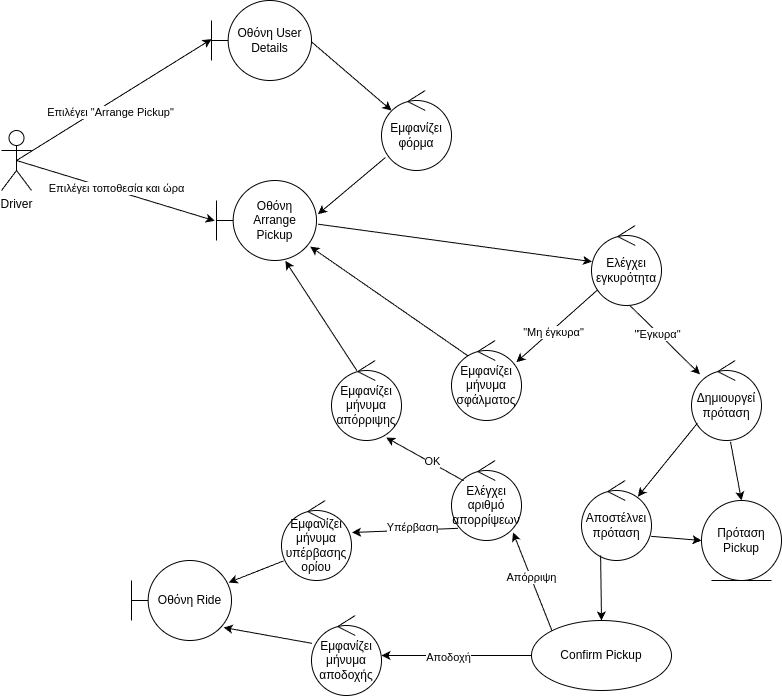
Above: reports/use-cases/arrange-pickup-robustness.drawio.png in YannisRavasopoulos/ProjectSD_S6 (draw.io), before the change. Source tidied: cells renumbered, new cells last; positions are measured from the earlier drawing's top-left corner, leaving out a move shared by most shapes. The source it was exported from:
```xml
<mxGraphModel background="#ffffff">
  <root>
    <mxCell id="0" />
    <mxCell id="1" parent="0" />
    <mxCell id="2" value="Driver" style="shape=umlActor;verticalLabelPosition=bottom;verticalAlign=top;html=1;" parent="1" vertex="1">
      <mxGeometry y="130" width="30" height="60" as="geometry" />
    </mxCell>
    <mxCell id="3" value="Οθόνη User Details" style="shape=umlBoundary;whiteSpace=wrap;html=1;" parent="1" vertex="1">
      <mxGeometry x="210" width="100" height="80" as="geometry" />
    </mxCell>
    <mxCell id="4" style="endArrow=classic;html=1;exitX=0.5;exitY=0.5;exitDx=0;exitDy=0;exitPerimeter=0;entryX=0.001;entryY=0.483;entryDx=0;entryDy=0;entryPerimeter=0;" parent="1" edge="1" source="2" target="3">
      <mxGeometry relative="1" as="geometry" />
    </mxCell>
    <mxCell id="5" value="Επιλέγει &quot;Arrange Pickup&quot;" style="edgeLabel;html=1;align=center;verticalAlign=middle;" parent="4" vertex="1">
      <mxGeometry x="-0.19" y="3" relative="1" as="geometry">
        <mxPoint x="16" y="4" as="offset" />
      </mxGeometry>
    </mxCell>
    <mxCell id="6" value="Εμφανίζει φόρμα" style="ellipse;shape=umlControl;whiteSpace=wrap;html=1;" parent="1" vertex="1">
      <mxGeometry x="380" y="90" width="70" height="80" as="geometry" />
    </mxCell>
    <mxCell id="7" value="Οθόνη Arrange Pickup" style="shape=umlBoundary;whiteSpace=wrap;html=1;" parent="1" vertex="1">
      <mxGeometry x="215" y="180" width="100" height="80" as="geometry" />
    </mxCell>
    <mxCell id="8" style="endArrow=classic;html=1;exitX=0.998;exitY=0.515;exitDx=0;exitDy=0;exitPerimeter=0;entryX=0.143;entryY=0.25;entryDx=0;entryDy=0;entryPerimeter=0;" parent="1" edge="1" source="3" target="6">
      <mxGeometry relative="1" as="geometry" />
    </mxCell>
    <mxCell id="9" style="endArrow=classic;html=1;exitX=0.055;exitY=0.838;exitDx=0;exitDy=0;exitPerimeter=0;entryX=1.015;entryY=0.421;entryDx=0;entryDy=0;entryPerimeter=0;" parent="1" edge="1" source="6" target="7">
      <mxGeometry relative="1" as="geometry" />
    </mxCell>
    <mxCell id="10" style="endArrow=classic;html=1;exitX=0.5;exitY=0.5;exitDx=0;exitDy=0;exitPerimeter=0;entryX=-0.018;entryY=0.504;entryDx=0;entryDy=0;entryPerimeter=0;" parent="1" edge="1" source="2" target="7">
      <mxGeometry relative="1" as="geometry" />
    </mxCell>
    <mxCell id="11" value="Επιλέγει τοποθεσία και ώρα" style="edgeLabel;html=1;align=center;verticalAlign=middle;" parent="10" vertex="1">
      <mxGeometry x="-0.01" y="3" relative="1" as="geometry" />
    </mxCell>
    <mxCell id="12" value="Ελέγχει εγκυρότητα" style="ellipse;shape=umlControl;whiteSpace=wrap;html=1;" parent="1" vertex="1">
      <mxGeometry x="590" y="225" width="70" height="80" as="geometry" />
    </mxCell>
    <mxCell id="13" style="endArrow=classic;html=1;exitX=1.015;exitY=0.546;exitDx=0;exitDy=0;exitPerimeter=0;entryX=0.007;entryY=0.452;entryDx=0;entryDy=0;entryPerimeter=0;" parent="1" edge="1" source="7" target="12">
      <mxGeometry relative="1" as="geometry" />
    </mxCell>
    <mxCell id="14" value="Δημιουργεί πρόταση" style="ellipse;shape=umlControl;whiteSpace=wrap;html=1;" parent="1" vertex="1">
      <mxGeometry x="690" y="360" width="70" height="80" as="geometry" />
    </mxCell>
    <mxCell id="15" style="endArrow=classic;html=1;exitX=0.552;exitY=1.003;exitDx=0;exitDy=0;exitPerimeter=0;" parent="1" edge="1" source="12" target="14">
      <mxGeometry relative="1" as="geometry" />
    </mxCell>
    <mxCell id="16" value="&quot;Έγκυρα&quot;" style="edgeLabel;html=1;align=center;verticalAlign=middle;" parent="15" vertex="1">
      <mxGeometry x="-0.21" y="-1" relative="1" as="geometry" />
    </mxCell>
    <mxCell id="17" value="Εμφανίζει μήνυμα σφάλματος" style="ellipse;shape=umlControl;whiteSpace=wrap;html=1;" parent="1" vertex="1">
      <mxGeometry x="450" y="340" width="70" height="80" as="geometry" />
    </mxCell>
    <mxCell id="18" style="endArrow=classic;html=1;exitX=0.089;exitY=0.803;exitDx=0;exitDy=0;exitPerimeter=0;entryX=0.927;entryY=0.271;entryDx=0;entryDy=0;entryPerimeter=0;" parent="1" edge="1" source="12" target="17">
      <mxGeometry relative="1" as="geometry" />
    </mxCell>
    <mxCell id="19" value="&quot;Μη έγκυρα&quot;" style="edgeLabel;html=1;align=center;verticalAlign=middle;" parent="18" vertex="1">
      <mxGeometry x="0.13" y="2" relative="1" as="geometry" />
    </mxCell>
    <mxCell id="20" style="endArrow=classic;html=1;exitX=0.237;exitY=0.193;exitDx=0;exitDy=0;exitPerimeter=0;entryX=0.938;entryY=0.827;entryDx=0;entryDy=0;entryPerimeter=0;" parent="1" edge="1" source="17" target="7">
      <mxGeometry relative="1" as="geometry" />
    </mxCell>
    <mxCell id="21" value="Πρόταση Pickup" style="ellipse;shape=umlEntity;whiteSpace=wrap;html=1;" parent="1" vertex="1">
      <mxGeometry x="700" y="500" width="80" height="80" as="geometry" />
    </mxCell>
    <mxCell id="22" style="endArrow=classic;html=1;exitX=0.557;exitY=1.016;exitDx=0;exitDy=0;exitPerimeter=0;entryX=0.5;entryY=0;entryDx=0;entryDy=0;" parent="1" edge="1" source="14" target="21">
      <mxGeometry relative="1" as="geometry" />
    </mxCell>
    <mxCell id="23" value="Αποστέλνει πρόταση" style="ellipse;shape=umlControl;whiteSpace=wrap;html=1;" parent="1" vertex="1">
      <mxGeometry x="580" y="480" width="70" height="80" as="geometry" />
    </mxCell>
    <mxCell id="24" style="endArrow=classic;html=1;exitX=0.084;exitY=0.784;exitDx=0;exitDy=0;exitPerimeter=0;entryX=0.805;entryY=0.202;entryDx=0;entryDy=0;entryPerimeter=0;" parent="1" edge="1" source="14" target="23">
      <mxGeometry relative="1" as="geometry" />
    </mxCell>
    <mxCell id="25" value="Confirm Pickup" style="ellipse;whiteSpace=wrap;html=1;" parent="1" vertex="1">
      <mxGeometry x="530" y="620" width="140" height="70" as="geometry" />
    </mxCell>
    <mxCell id="26" style="endArrow=classic;html=1;exitX=0.273;exitY=0.936;exitDx=0;exitDy=0;exitPerimeter=0;" parent="1" edge="1" source="23" target="25">
      <mxGeometry relative="1" as="geometry" />
    </mxCell>
    <mxCell id="27" style="endArrow=classic;html=1;exitX=0.995;exitY=0.698;exitDx=0;exitDy=0;exitPerimeter=0;entryX=0;entryY=0.5;entryDx=0;entryDy=0;" parent="1" edge="1" source="23" target="21">
      <mxGeometry relative="1" as="geometry" />
    </mxCell>
    <mxCell id="28" style="endArrow=classic;html=1;exitX=0;exitY=0.5;exitDx=0;exitDy=0;" parent="1" edge="1" source="25" target="30">
      <mxGeometry relative="1" as="geometry" />
    </mxCell>
    <mxCell id="29" value="Αποδοχή" style="edgeLabel;html=1;align=center;verticalAlign=middle;" parent="28" vertex="1">
      <mxGeometry x="0.1" y="1" relative="1" as="geometry" />
    </mxCell>
    <mxCell id="30" value="Εμφανίζει μήνυμα αποδοχής" style="ellipse;shape=umlControl;whiteSpace=wrap;html=1;" parent="1" vertex="1">
      <mxGeometry x="310" y="615" width="70" height="80" as="geometry" />
    </mxCell>
    <mxCell id="31" style="endArrow=classic;html=1;entryX=0.922;entryY=0.838;entryDx=0;entryDy=0;entryPerimeter=0;exitX=0.007;exitY=0.348;exitDx=0;exitDy=0;exitPerimeter=0;" parent="1" edge="1" source="30" target="32">
      <mxGeometry relative="1" as="geometry" />
    </mxCell>
    <mxCell id="32" value="Οθόνη Ride" style="shape=umlBoundary;whiteSpace=wrap;html=1;" parent="1" vertex="1">
      <mxGeometry x="130" y="560" width="100" height="80" as="geometry" />
    </mxCell>
    <mxCell id="33" value="Εμφανίζει μήνυμα απόρριψης" style="ellipse;shape=umlControl;whiteSpace=wrap;html=1;" parent="1" vertex="1">
      <mxGeometry x="330" y="360" width="70" height="80" as="geometry" />
    </mxCell>
    <mxCell id="34" style="endArrow=classic;html=1;exitX=0.364;exitY=0.129;exitDx=0;exitDy=0;exitPerimeter=0;entryX=0.688;entryY=1.004;entryDx=0;entryDy=0;entryPerimeter=0;" parent="1" edge="1" source="33" target="7">
      <mxGeometry relative="1" as="geometry" />
    </mxCell>
    <mxCell id="35" style="endArrow=classic;html=1;exitX=0;exitY=0;exitDx=0;exitDy=0;entryX=0.879;entryY=0.9;entryDx=0;entryDy=0;entryPerimeter=0;" parent="1" edge="1" source="25" target="37">
      <mxGeometry relative="1" as="geometry" />
    </mxCell>
    <mxCell id="36" value="Απόρριψη" style="edgeLabel;html=1;align=center;verticalAlign=middle;" parent="35" vertex="1">
      <mxGeometry x="0.1" relative="1" as="geometry" />
    </mxCell>
    <mxCell id="37" value="Ελέγχει αριθμό απορρίψεων" style="ellipse;shape=umlControl;whiteSpace=wrap;html=1;" parent="1" vertex="1">
      <mxGeometry x="450" y="460" width="70" height="80" as="geometry" />
    </mxCell>
    <mxCell id="38" style="endArrow=classic;html=1;exitX=0.174;exitY=0.254;exitDx=0;exitDy=0;exitPerimeter=0;entryX=0.781;entryY=0.963;entryDx=0;entryDy=0;entryPerimeter=0;" parent="1" edge="1" source="37" target="33">
      <mxGeometry relative="1" as="geometry" />
    </mxCell>
    <mxCell id="39" value="ΟΚ" style="edgeLabel;html=1;align=center;verticalAlign=middle;" parent="38" vertex="1">
      <mxGeometry x="-0.17" y="-2" relative="1" as="geometry">
        <mxPoint x="-1" as="offset" />
      </mxGeometry>
    </mxCell>
    <mxCell id="40" value="Εμφανίζει μήνυμα υπέρβασης ορίου" style="ellipse;shape=umlControl;whiteSpace=wrap;html=1;" parent="1" vertex="1">
      <mxGeometry x="280" y="500" width="70" height="80" as="geometry" />
    </mxCell>
    <mxCell id="41" style="endArrow=classic;html=1;exitX=0.093;exitY=0.848;exitDx=0;exitDy=0;exitPerimeter=0;entryX=1.007;entryY=0.4;entryDx=0;entryDy=0;entryPerimeter=0;" parent="1" edge="1" source="37" target="40">
      <mxGeometry relative="1" as="geometry" />
    </mxCell>
    <mxCell id="42" value="Υπέρβαση" style="edgeLabel;html=1;align=center;verticalAlign=middle;" parent="41" vertex="1">
      <mxGeometry x="-0.12" y="-3" relative="1" as="geometry" />
    </mxCell>
    <mxCell id="43" style="endArrow=classic;html=1;exitX=0.029;exitY=0.755;exitDx=0;exitDy=0;exitPerimeter=0;entryX=0.972;entryY=0.275;entryDx=0;entryDy=0;entryPerimeter=0;" parent="1" edge="1" source="40" target="32">
      <mxGeometry relative="1" as="geometry" />
    </mxCell>
  </root>
</mxGraphModel>
```
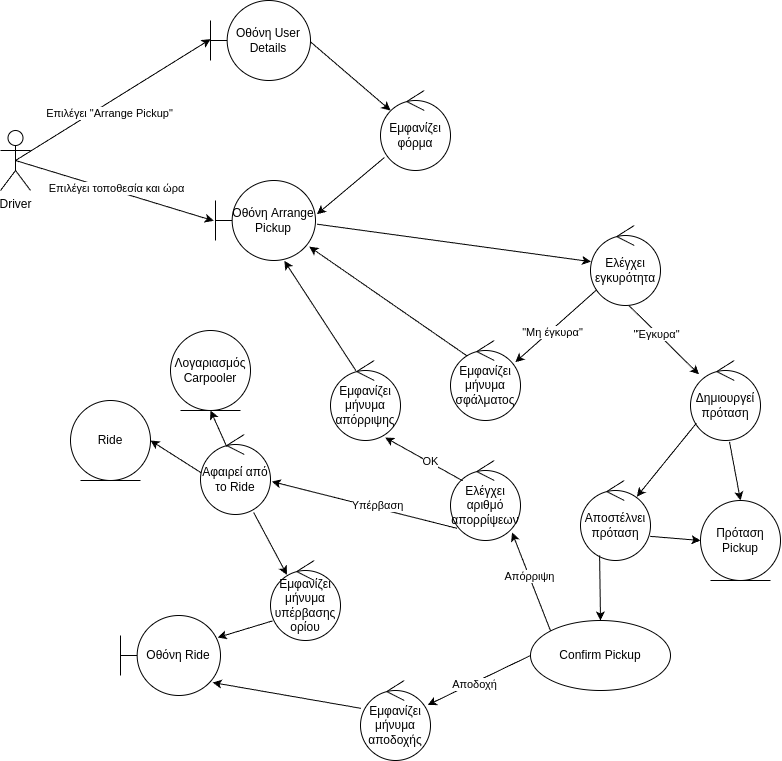
Later version of the same file.

Commit message:
Update arrange pickup

What changed in the source:
```diff
@@ -89,13 +89,13 @@
       <mxGeometry x="0.1" y="1" relative="1" as="geometry" />
     </mxCell>
     <mxCell id="30" value="Εμφανίζει μήνυμα αποδοχής" style="ellipse;shape=umlControl;whiteSpace=wrap;html=1;" parent="1" vertex="1">
-      <mxGeometry x="310" y="615" width="70" height="80" as="geometry" />
+      <mxGeometry x="360" y="680" width="70" height="80" as="geometry" />
     </mxCell>
     <mxCell id="31" style="endArrow=classic;html=1;entryX=0.922;entryY=0.838;entryDx=0;entryDy=0;entryPerimeter=0;exitX=0.007;exitY=0.348;exitDx=0;exitDy=0;exitPerimeter=0;" parent="1" edge="1" source="30" target="32">
       <mxGeometry relative="1" as="geometry" />
     </mxCell>
     <mxCell id="32" value="Οθόνη Ride" style="shape=umlBoundary;whiteSpace=wrap;html=1;" parent="1" vertex="1">
-      <mxGeometry x="130" y="560" width="100" height="80" as="geometry" />
+      <mxGeometry x="120" y="615" width="100" height="80" as="geometry" />
     </mxCell>
     <mxCell id="33" value="Εμφανίζει μήνυμα απόρριψης" style="ellipse;shape=umlControl;whiteSpace=wrap;html=1;" parent="1" vertex="1">
       <mxGeometry x="330" y="360" width="70" height="80" as="geometry" />
@@ -121,9 +121,9 @@
       </mxGeometry>
     </mxCell>
     <mxCell id="40" value="Εμφανίζει μήνυμα υπέρβασης ορίου" style="ellipse;shape=umlControl;whiteSpace=wrap;html=1;" parent="1" vertex="1">
-      <mxGeometry x="280" y="500" width="70" height="80" as="geometry" />
+      <mxGeometry x="270" y="560" width="70" height="80" as="geometry" />
     </mxCell>
-    <mxCell id="41" style="endArrow=classic;html=1;exitX=0.093;exitY=0.848;exitDx=0;exitDy=0;exitPerimeter=0;entryX=1.007;entryY=0.4;entryDx=0;entryDy=0;entryPerimeter=0;" parent="1" edge="1" source="37" target="40">
+    <mxCell id="41" style="endArrow=classic;html=1;exitX=0.093;exitY=0.848;exitDx=0;exitDy=0;exitPerimeter=0;entryX=1.019;entryY=0.588;entryDx=0;entryDy=0;entryPerimeter=0;" parent="1" edge="1" source="37" target="44">
       <mxGeometry relative="1" as="geometry" />
     </mxCell>
     <mxCell id="42" value="Υπέρβαση" style="edgeLabel;html=1;align=center;verticalAlign=middle;" parent="41" vertex="1">
@@ -132,5 +132,23 @@
     <mxCell id="43" style="endArrow=classic;html=1;exitX=0.029;exitY=0.755;exitDx=0;exitDy=0;exitPerimeter=0;entryX=0.972;entryY=0.275;entryDx=0;entryDy=0;entryPerimeter=0;" parent="1" edge="1" source="40" target="32">
       <mxGeometry relative="1" as="geometry" />
     </mxCell>
+    <mxCell id="44" value="Αφαιρεί από το Ride" style="ellipse;shape=umlControl;whiteSpace=wrap;html=1;" parent="1" vertex="1">
+      <mxGeometry x="200" y="434" width="70" height="80" as="geometry" />
+    </mxCell>
+    <mxCell id="45" style="endArrow=classic;html=1;exitX=0.759;exitY=0.974;exitDx=0;exitDy=0;exitPerimeter=0;entryX=0.235;entryY=0.179;entryDx=0;entryDy=0;entryPerimeter=0;" parent="1" edge="1" source="44" target="40">
+      <mxGeometry relative="1" as="geometry" />
+    </mxCell>
+    <mxCell id="46" value="Λογαριασμός Carpooler" style="ellipse;shape=umlEntity;whiteSpace=wrap;html=1;" parent="1" vertex="1">
+      <mxGeometry x="170" y="330" width="80" height="80" as="geometry" />
+    </mxCell>
+    <mxCell id="47" value="Ride" style="ellipse;shape=umlEntity;whiteSpace=wrap;html=1;" parent="1" vertex="1">
+      <mxGeometry x="70" y="400" width="80" height="80" as="geometry" />
+    </mxCell>
+    <mxCell id="48" style="endArrow=classic;html=1;exitX=0.375;exitY=0.152;exitDx=0;exitDy=0;exitPerimeter=0;entryX=0.5;entryY=1;entryDx=0;entryDy=0;" parent="1" edge="1" source="44" target="46">
+      <mxGeometry relative="1" as="geometry" />
+    </mxCell>
+    <mxCell id="49" style="endArrow=classic;html=1;exitX=0.01;exitY=0.479;exitDx=0;exitDy=0;exitPerimeter=0;entryX=1;entryY=0.5;entryDx=0;entryDy=0;" parent="1" edge="1" source="44" target="47">
+      <mxGeometry relative="1" as="geometry" />
+    </mxCell>
   </root>
 </mxGraphModel>
```
